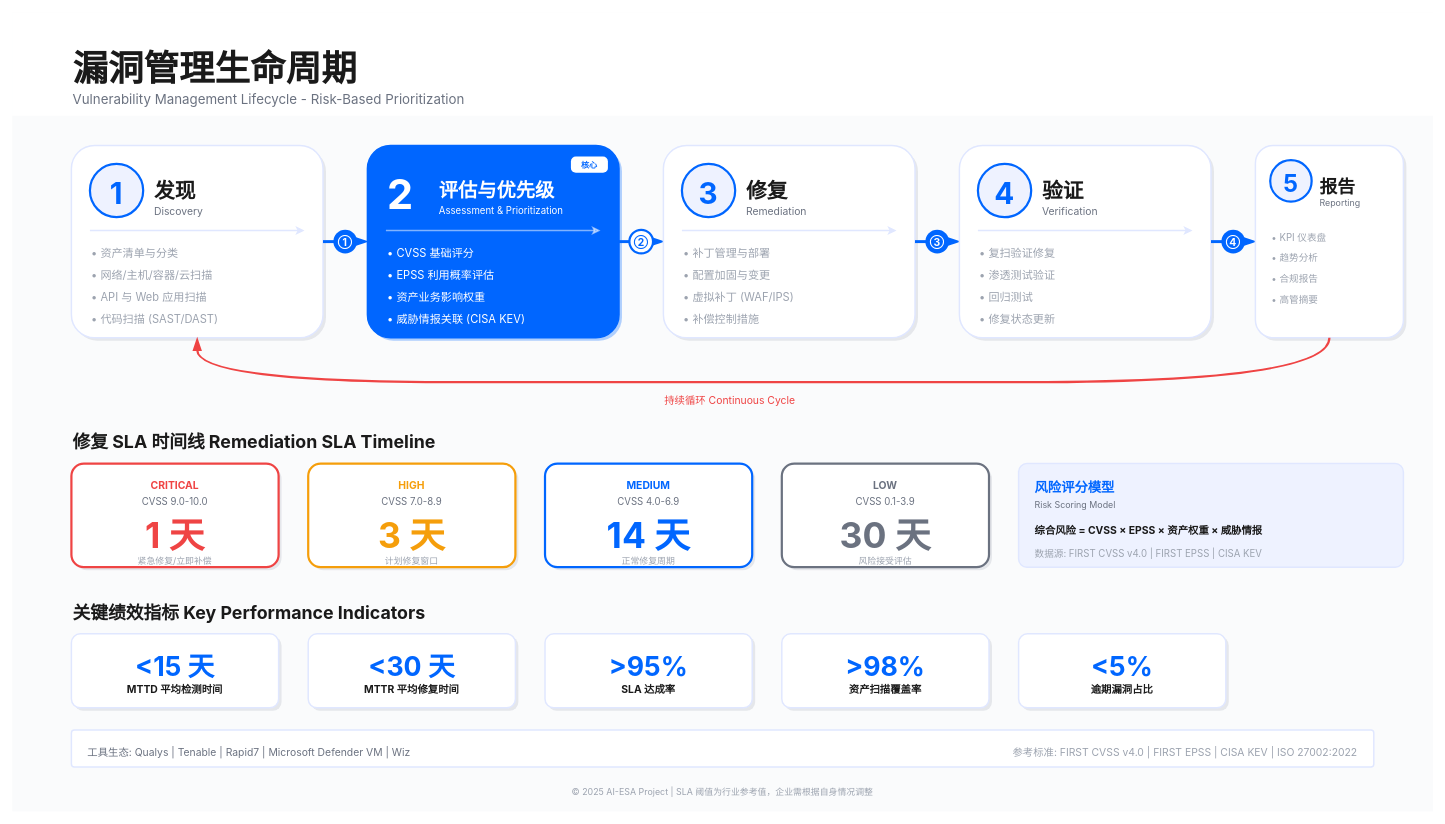
Above: assets/diagrams/chapter_11/05_Vulnerability_Management_Lifecycle_v6.drawio in cybermaxluo/AI-ESA (draw.io), before the change. Source tidied: cells renumbered, new cells numbered last; positions are measured from the earlier drawing's top-left corner, leaving out a move shared by most shapes. Both pictures are drawn from the tidied source at 74%, with x=0, y=0 at pixel (12, 12).
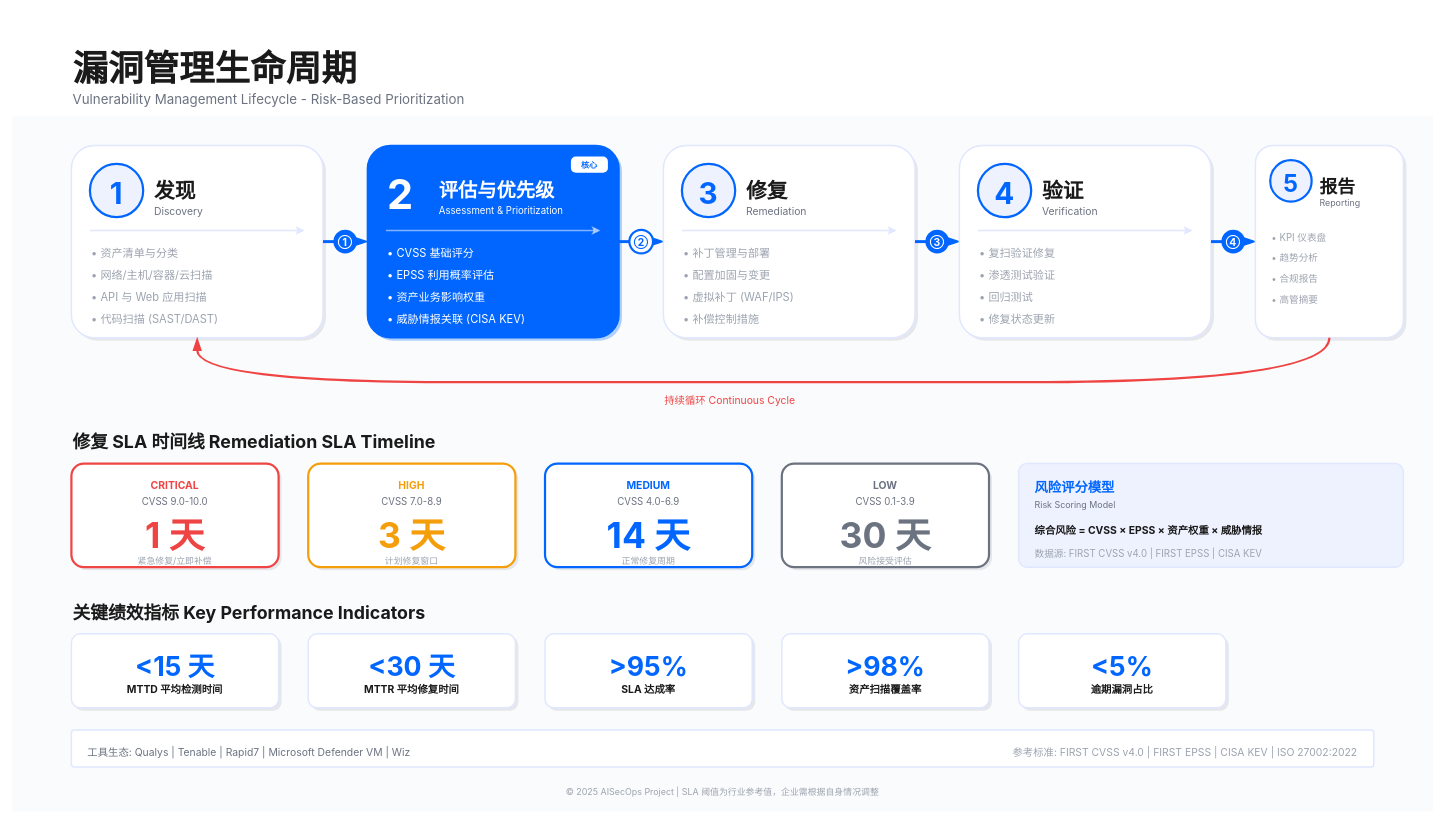
Above is the later version.

Commit message (it also covers changes not shown here):
fix: 统一署名为 AISecOps，重导第 11 章图示

What changed in the source:
```diff
@@
-    <mxCell id="128" value="© 2025 AI-ESA Project | SLA 阈值为行业参考值，企业需根据自身情况调整" style="text;fontSize=12;fontColor=#9CA3AF;fontFamily=Inter;align=center;" parent="1" vertex="1">
+    <mxCell id="128" value="© 2025 AISecOps Project | SLA 阈值为行业参考值，企业需根据自身情况调整" style="text;fontSize=12;fontColor=#9CA3AF;fontFamily=Inter;align=center;" parent="1" vertex="1">
       <mxGeometry x="660" y="1040" width="600" height="20" as="geometry" />
     </mxCell>
```
